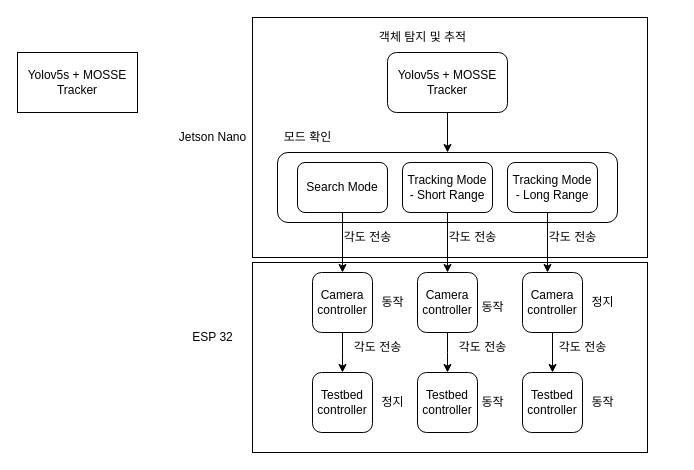
Earlier version of the draw.io diagram system.drawio (sonmyungwon/Software-Development). Source tidied: cells renumbered, new cells numbered last; positions are measured from the earlier drawing's top-left corner, leaving out a move shared by most shapes. Both pictures are drawn from the tidied source at 100%, with x=0, y=0 at pixel (17, 17).
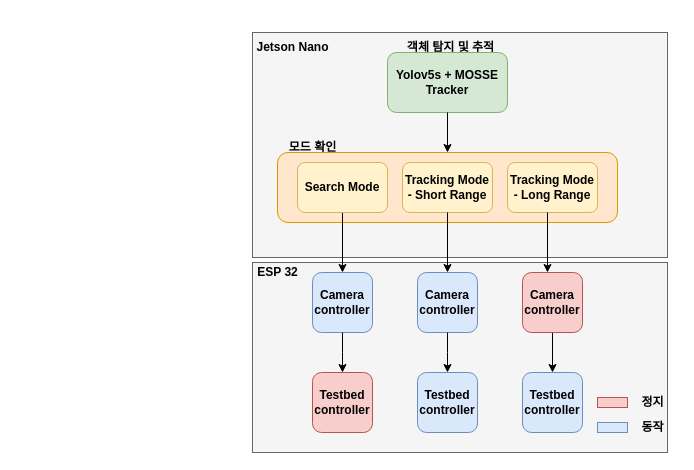
The same diagram, later.

Diff of the diagram source:
```diff
@@
-    <mxCell id="2" style="rounded=0;whiteSpace=wrap;html=1;" parent="1" vertex="1">
-      <mxGeometry x="235" y="245" width="395" height="190" as="geometry" />
+    <mxCell id="2" style="rounded=0;whiteSpace=wrap;html=1;fontStyle=1;fillColor=#f5f5f5;fontColor=#333333;strokeColor=#666666;" parent="1" vertex="1">
+      <mxGeometry x="235" y="245" width="415" height="190" as="geometry" />
     </mxCell>
-    <mxCell id="3" style="rounded=0;whiteSpace=wrap;html=1;" parent="1" vertex="1">
-      <mxGeometry x="235" width="395" height="240" as="geometry" />
+    <mxCell id="3" style="rounded=0;whiteSpace=wrap;html=1;fontStyle=1;fillColor=#f5f5f5;fontColor=#333333;strokeColor=#666666;" parent="1" vertex="1">
+      <mxGeometry x="235" y="15" width="415" height="225" as="geometry" />
     </mxCell>
-    <mxCell id="4" style="rounded=1;whiteSpace=wrap;html=1;" parent="1" vertex="1">
+    <mxCell id="4" style="rounded=1;whiteSpace=wrap;html=1;fontStyle=1;fillColor=#ffe6cc;strokeColor=#d79b00;" parent="1" vertex="1">
       <mxGeometry x="260" y="135" width="340" height="70" as="geometry" />
     </mxCell>
-    <mxCell id="5" value="Yolov5s + MOSSE Tracker" style="rounded=0;whiteSpace=wrap;html=1;" parent="1" vertex="1">
-      <mxGeometry y="35" width="120" height="60" as="geometry" />
-    </mxCell>
-    <mxCell id="6" value="Yolov5s + MOSSE Tracker" style="rounded=1;whiteSpace=wrap;html=1;" parent="1" vertex="1">
+    <mxCell id="6" value="Yolov5s + MOSSE Tracker" style="rounded=1;whiteSpace=wrap;html=1;fontStyle=1;fillColor=#d5e8d4;strokeColor=#82b366;" parent="1" vertex="1">
       <mxGeometry x="370" y="35" width="120" height="60" as="geometry" />
     </mxCell>
-    <mxCell id="7" style="edgeStyle=orthogonalEdgeStyle;rounded=0;jettySize=auto;html=1;exitX=0.5;exitY=1;exitDx=0;exitDy=0;" parent="1" edge="1" source="8" target="14">
+    <mxCell id="7" style="edgeStyle=orthogonalEdgeStyle;rounded=0;jettySize=auto;html=1;exitX=0.5;exitY=1;exitDx=0;exitDy=0;fontStyle=1;" parent="1" edge="1" source="8" target="14">
       <mxGeometry relative="1" as="geometry" />
     </mxCell>
-    <mxCell id="8" value="Search Mode" style="rounded=1;whiteSpace=wrap;html=1;" parent="1" vertex="1">
+    <mxCell id="8" value="Search Mode" style="rounded=1;whiteSpace=wrap;html=1;fontStyle=1;fillColor=#fff2cc;strokeColor=#d6b656;" parent="1" vertex="1">
       <mxGeometry x="280" y="145" width="90" height="50" as="geometry" />
     </mxCell>
-    <mxCell id="9" value="Tracking Mode&lt;br&gt;- Short Range" style="rounded=1;whiteSpace=wrap;html=1;" parent="1" vertex="1">
+    <mxCell id="9" value="Tracking Mode&lt;br&gt;- Short Range" style="rounded=1;whiteSpace=wrap;html=1;fontStyle=1;fillColor=#fff2cc;strokeColor=#d6b656;" parent="1" vertex="1">
       <mxGeometry x="385" y="145" width="90" height="50" as="geometry" />
     </mxCell>
-    <mxCell id="10" value="Tracking Mode&lt;br&gt;- Long Range" style="rounded=1;whiteSpace=wrap;html=1;" parent="1" vertex="1">
+    <mxCell id="10" value="Tracking Mode&lt;br&gt;- Long Range" style="rounded=1;whiteSpace=wrap;html=1;fontStyle=1;fillColor=#fff2cc;strokeColor=#d6b656;" parent="1" vertex="1">
       <mxGeometry x="490" y="145" width="90" height="50" as="geometry" />
     </mxCell>
-    <mxCell id="11" style="endArrow=classic;html=1;rounded=0;entryX=0.5;entryY=0;entryDx=0;entryDy=0;exitX=0.5;exitY=1;exitDx=0;exitDy=0;" parent="1" edge="1" source="6" target="4">
+    <mxCell id="11" style="endArrow=classic;html=1;rounded=0;entryX=0.5;entryY=0;entryDx=0;entryDy=0;exitX=0.5;exitY=1;exitDx=0;exitDy=0;fontStyle=1;" parent="1" edge="1" source="6" target="4">
       <mxGeometry relative="1" as="geometry" />
     </mxCell>
-    <mxCell id="12" value="객체 탐지 및 추적" style="text;html=1;align=center;verticalAlign=middle;strokeColor=none;fillColor=none;" parent="1" vertex="1">
-      <mxGeometry x="345" y="5" width="120" height="30" as="geometry" />
+    <mxCell id="12" value="객체 탐지 및 추적" style="text;html=1;align=center;verticalAlign=middle;strokeColor=none;fillColor=none;fontStyle=1;" parent="1" vertex="1">
+      <mxGeometry x="372.5" y="15" width="120" height="30" as="geometry" />
     </mxCell>
-    <mxCell id="13" value="Testbed controller" style="rounded=1;whiteSpace=wrap;html=1;" parent="1" vertex="1">
+    <mxCell id="13" value="Testbed controller" style="rounded=1;whiteSpace=wrap;html=1;fillColor=#f8cecc;strokeColor=#b85450;fontStyle=1;" parent="1" vertex="1">
       <mxGeometry x="295" y="355" width="60" height="60" as="geometry" />
     </mxCell>
-    <mxCell id="14" value="Camera&lt;br&gt;controller" style="rounded=1;whiteSpace=wrap;html=1;" parent="1" vertex="1">
+    <mxCell id="14" value="Camera&lt;br&gt;controller" style="rounded=1;whiteSpace=wrap;html=1;fillColor=#dae8fc;strokeColor=#6c8ebf;fontStyle=1;" parent="1" vertex="1">
       <mxGeometry x="295" y="255" width="60" height="60" as="geometry" />
     </mxCell>
-    <mxCell id="15" value="모드 확인" style="text;html=1;align=center;verticalAlign=middle;strokeColor=none;fillColor=none;" parent="1" vertex="1">
-      <mxGeometry x="255" y="105" width="70" height="30" as="geometry" />
+    <mxCell id="15" value="모드 확인" style="text;html=1;align=center;verticalAlign=middle;strokeColor=none;fillColor=none;fontStyle=1;" parent="1" vertex="1">
+      <mxGeometry x="260" y="115" width="70" height="30" as="geometry" />
     </mxCell>
-    <mxCell id="16" value="Jetson Nano" style="text;html=1;align=center;verticalAlign=middle;strokeColor=none;fillColor=none;" parent="1" vertex="1">
-      <mxGeometry x="150" y="105" width="90" height="30" as="geometry" />
+    <mxCell id="16" value="Jetson Nano" style="text;html=1;align=center;verticalAlign=middle;strokeColor=none;fillColor=none;fontStyle=1;" parent="1" vertex="1">
+      <mxGeometry x="225" y="15" width="100" height="30" as="geometry" />
     </mxCell>
-    <mxCell id="17" value="ESP 32" style="text;html=1;align=center;verticalAlign=middle;strokeColor=none;fillColor=none;" parent="1" vertex="1">
-      <mxGeometry x="165" y="305" width="60" height="30" as="geometry" />
+    <mxCell id="17" value="ESP 32" style="text;html=1;align=center;verticalAlign=middle;strokeColor=none;fillColor=none;fontStyle=1;" parent="1" vertex="1">
+      <mxGeometry x="230" y="240" width="60" height="30" as="geometry" />
     </mxCell>
-    <mxCell id="18" value="Testbed controller" style="rounded=1;whiteSpace=wrap;html=1;" parent="1" vertex="1">
+    <mxCell id="18" value="Testbed controller" style="rounded=1;whiteSpace=wrap;html=1;fillColor=#dae8fc;strokeColor=#6c8ebf;fontStyle=1;" parent="1" vertex="1">
       <mxGeometry x="400" y="355" width="60" height="60" as="geometry" />
     </mxCell>
-    <mxCell id="19" value="Camera&lt;br&gt;controller" style="rounded=1;whiteSpace=wrap;html=1;" parent="1" vertex="1">
+    <mxCell id="19" value="Camera&lt;br&gt;controller" style="rounded=1;whiteSpace=wrap;html=1;fillColor=#dae8fc;strokeColor=#6c8ebf;fontStyle=1;" parent="1" vertex="1">
       <mxGeometry x="400" y="255" width="60" height="60" as="geometry" />
     </mxCell>
-    <mxCell id="20" value="Testbed controller" style="rounded=1;whiteSpace=wrap;html=1;" parent="1" vertex="1">
+    <mxCell id="20" value="Testbed controller" style="rounded=1;whiteSpace=wrap;html=1;fillColor=#dae8fc;strokeColor=#6c8ebf;fontStyle=1;" parent="1" vertex="1">
       <mxGeometry x="505" y="355" width="60" height="60" as="geometry" />
     </mxCell>
-    <mxCell id="21" style="edgeStyle=orthogonalEdgeStyle;rounded=0;jettySize=auto;html=1;exitX=0.5;exitY=1;exitDx=0;exitDy=0;entryX=0.5;entryY=0;entryDx=0;entryDy=0;" parent="1" edge="1" source="22" target="20">
+    <mxCell id="21" style="edgeStyle=orthogonalEdgeStyle;rounded=0;jettySize=auto;html=1;exitX=0.5;exitY=1;exitDx=0;exitDy=0;entryX=0.5;entryY=0;entryDx=0;entryDy=0;fontStyle=1;" parent="1" edge="1" source="22" target="20">
       <mxGeometry relative="1" as="geometry" />
     </mxCell>
-    <mxCell id="22" value="Camera&lt;br&gt;controller" style="rounded=1;whiteSpace=wrap;html=1;" parent="1" vertex="1">
+    <mxCell id="22" value="Camera&lt;br&gt;controller" style="rounded=1;whiteSpace=wrap;html=1;fillColor=#f8cecc;strokeColor=#b85450;fontStyle=1;" parent="1" vertex="1">
       <mxGeometry x="505" y="255" width="60" height="60" as="geometry" />
     </mxCell>
-    <mxCell id="23" value="각도 전송" style="text;html=1;align=center;verticalAlign=middle;strokeColor=none;fillColor=none;" parent="1" vertex="1">
-      <mxGeometry x="315" y="205" width="70" height="30" as="geometry" />
-    </mxCell>
-    <mxCell id="24" style="edgeStyle=orthogonalEdgeStyle;rounded=0;orthogonalLoop=1;jettySize=auto;html=1;exitX=0.5;exitY=1;exitDx=0;exitDy=0;" parent="1" edge="1">
+    <mxCell id="24" style="edgeStyle=orthogonalEdgeStyle;rounded=0;orthogonalLoop=1;jettySize=auto;html=1;exitX=0.5;exitY=1;exitDx=0;exitDy=0;fontStyle=1;" parent="1" edge="1">
       <mxGeometry relative="1" as="geometry">
         <mxPoint x="430" y="195" as="sourcePoint" />
         <mxPoint x="430" y="255" as="targetPoint" />
       </mxGeometry>
     </mxCell>
-    <mxCell id="25" value="각도 전송" style="text;html=1;align=center;verticalAlign=middle;strokeColor=none;fillColor=none;" parent="1" vertex="1">
-      <mxGeometry x="420" y="205" width="70" height="30" as="geometry" />
-    </mxCell>
-    <mxCell id="26" style="edgeStyle=orthogonalEdgeStyle;rounded=0;orthogonalLoop=1;jettySize=auto;html=1;exitX=0.5;exitY=1;exitDx=0;exitDy=0;" parent="1" edge="1">
+    <mxCell id="26" style="edgeStyle=orthogonalEdgeStyle;rounded=0;orthogonalLoop=1;jettySize=auto;html=1;exitX=0.5;exitY=1;exitDx=0;exitDy=0;fontStyle=1;" parent="1" edge="1">
       <mxGeometry relative="1" as="geometry">
         <mxPoint x="530" y="195" as="sourcePoint" />
         <mxPoint x="530" y="255" as="targetPoint" />
       </mxGeometry>
     </mxCell>
-    <mxCell id="27" value="각도 전송" style="text;html=1;align=center;verticalAlign=middle;strokeColor=none;fillColor=none;" parent="1" vertex="1">
-      <mxGeometry x="520" y="205" width="70" height="30" as="geometry" />
-    </mxCell>
-    <mxCell id="28" value="각도 전송" style="text;html=1;align=center;verticalAlign=middle;strokeColor=none;fillColor=none;" parent="1" vertex="1">
-      <mxGeometry x="530" y="315" width="70" height="30" as="geometry" />
-    </mxCell>
-    <mxCell id="29" style="edgeStyle=orthogonalEdgeStyle;rounded=0;orthogonalLoop=1;jettySize=auto;html=1;exitX=0.5;exitY=1;exitDx=0;exitDy=0;entryX=0.5;entryY=0;entryDx=0;entryDy=0;" parent="1" edge="1">
+    <mxCell id="29" style="edgeStyle=orthogonalEdgeStyle;rounded=0;orthogonalLoop=1;jettySize=auto;html=1;exitX=0.5;exitY=1;exitDx=0;exitDy=0;entryX=0.5;entryY=0;entryDx=0;entryDy=0;fontStyle=1;" parent="1" edge="1">
       <mxGeometry relative="1" as="geometry">
         <mxPoint x="430" y="315" as="sourcePoint" />
         <mxPoint x="430" y="355" as="targetPoint" />
         <Array as="points">
           <mxPoint x="430" y="335" />
           <mxPoint x="430" y="335" />
         </Array>
       </mxGeometry>
     </mxCell>
-    <mxCell id="30" value="각도 전송" style="text;html=1;align=center;verticalAlign=middle;strokeColor=none;fillColor=none;" parent="1" vertex="1">
-      <mxGeometry x="430" y="315" width="70" height="30" as="geometry" />
-    </mxCell>
-    <mxCell id="31" style="edgeStyle=orthogonalEdgeStyle;rounded=0;orthogonalLoop=1;jettySize=auto;html=1;exitX=0.5;exitY=1;exitDx=0;exitDy=0;entryX=0.5;entryY=0;entryDx=0;entryDy=0;" parent="1" edge="1">
+    <mxCell id="31" style="edgeStyle=orthogonalEdgeStyle;rounded=0;orthogonalLoop=1;jettySize=auto;html=1;exitX=0.5;exitY=1;exitDx=0;exitDy=0;entryX=0.5;entryY=0;entryDx=0;entryDy=0;fontStyle=1;" parent="1" edge="1">
       <mxGeometry relative="1" as="geometry">
         <mxPoint x="325" y="315" as="sourcePoint" />
         <mxPoint x="325" y="355" as="targetPoint" />
         <Array as="points">
           <mxPoint x="325" y="335" />
           <mxPoint x="325" y="335" />
         </Array>
       </mxGeometry>
     </mxCell>
-    <mxCell id="32" value="각도 전송" style="text;html=1;align=center;verticalAlign=middle;strokeColor=none;fillColor=none;" parent="1" vertex="1">
-      <mxGeometry x="325" y="315" width="70" height="30" as="geometry" />
-    </mxCell>
-    <mxCell id="33" value="동작" style="text;html=1;align=center;verticalAlign=middle;strokeColor=none;fillColor=none;" parent="1" vertex="1">
-      <mxGeometry x="450" y="370" width="50" height="30" as="geometry" />
-    </mxCell>
-    <mxCell id="34" value="동작" style="text;html=1;align=center;verticalAlign=middle;strokeColor=none;fillColor=none;" parent="1" vertex="1">
-      <mxGeometry x="450" y="275" width="50" height="30" as="geometry" />
-    </mxCell>
-    <mxCell id="35" value="동작" style="text;html=1;align=center;verticalAlign=middle;strokeColor=none;fillColor=none;" parent="1" vertex="1">
-      <mxGeometry x="560" y="370" width="50" height="30" as="geometry" />
+    <mxCell id="35" value="동작" style="text;html=1;align=center;verticalAlign=middle;strokeColor=none;fillColor=none;fontStyle=1;" parent="1" vertex="1">
+      <mxGeometry x="610" y="395" width="50" height="30" as="geometry" />
     </mxCell>
-    <mxCell id="36" value="동작" style="text;html=1;align=center;verticalAlign=middle;strokeColor=none;fillColor=none;" parent="1" vertex="1">
-      <mxGeometry x="350" y="270" width="50" height="30" as="geometry" />
-    </mxCell>
-    <mxCell id="37" value="정지" style="text;html=1;align=center;verticalAlign=middle;strokeColor=none;fillColor=none;" parent="1" vertex="1">
-      <mxGeometry x="350" y="370" width="50" height="30" as="geometry" />
-    </mxCell>
-    <mxCell id="38" value="정지" style="text;html=1;align=center;verticalAlign=middle;strokeColor=none;fillColor=none;" parent="1" vertex="1">
-      <mxGeometry x="560" y="270" width="50" height="30" as="geometry" />
+    <mxCell id="38" value="정지" style="text;html=1;align=center;verticalAlign=middle;strokeColor=none;fillColor=none;fontStyle=1;" parent="1" vertex="1">
+      <mxGeometry x="610" y="370" width="50" height="30" as="geometry" />
     </mxCell>
+    <mxCell id="39" style="rounded=0;whiteSpace=wrap;html=1;fillColor=#dae8fc;strokeColor=#6c8ebf;" parent="1" vertex="1">
+      <mxGeometry x="580" y="405" width="30" height="10" as="geometry" />
+    </mxCell>
+    <mxCell id="40" style="rounded=0;whiteSpace=wrap;html=1;fillColor=#f8cecc;strokeColor=#b85450;" parent="1" vertex="1">
+      <mxGeometry x="580" y="380" width="30" height="10" as="geometry" />
+    </mxCell>
```
